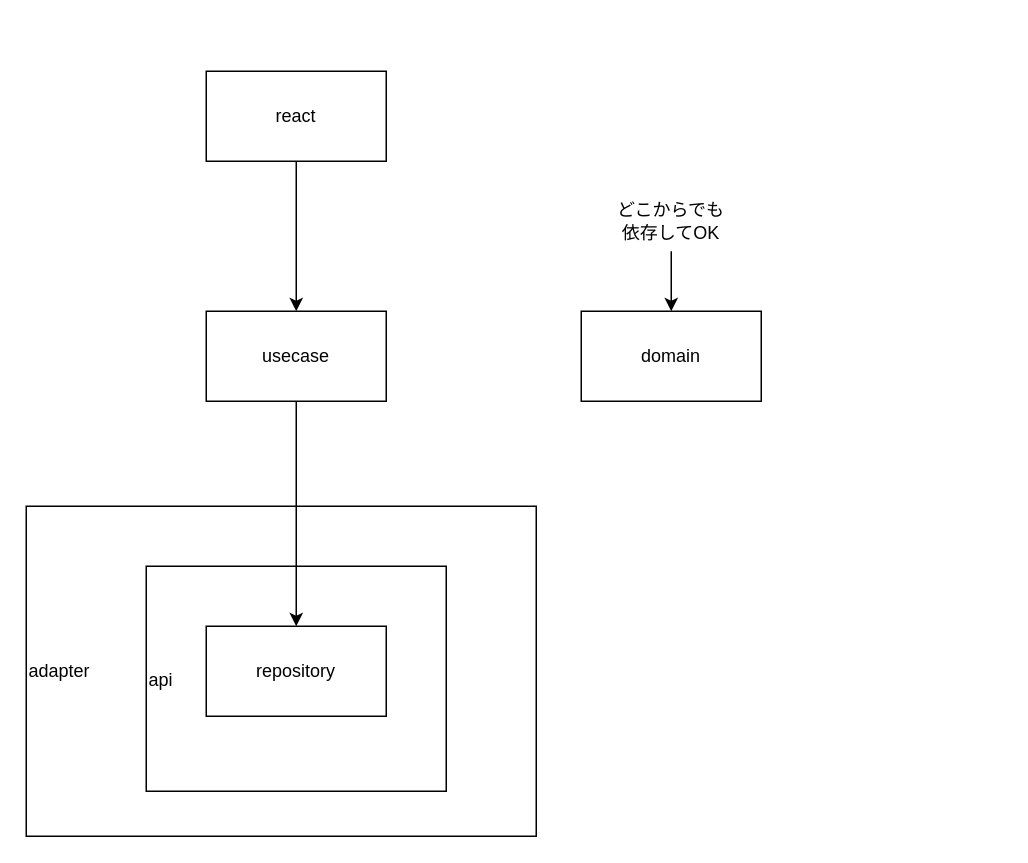
agoetc/dependency-limit-by-pnpm-monorepo keeps this draw.io diagram as アーキテクト図.drawio. Above is the earlier version. Source tidied: cells renumbered, new cells numbered last; positions are measured from the earlier drawing's top-left corner, leaving out a move shared by most shapes. Both pictures are drawn from the tidied source at 150%, with x=0, y=0 at pixel (26, 70).
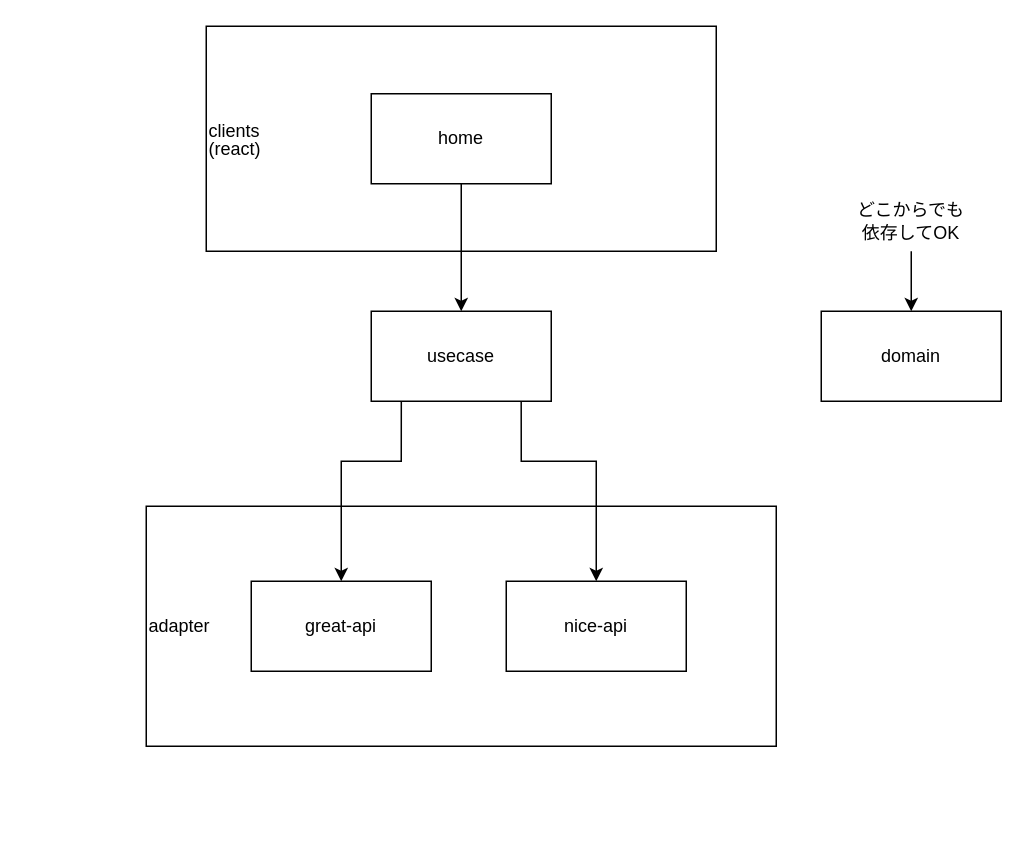
Above is the later version.

The edit, as a diff of the source:
```diff
@@
 <mxGraphModel>
   <root>
     <mxCell id="0" />
     <mxCell id="1" parent="0" />
+    <mxCell id="12" value="&lt;p style=&quot;line-height: 100%&quot;&gt;clients&lt;br&gt;(react)&lt;/p&gt;" style="rounded=0;whiteSpace=wrap;html=1;align=left;" parent="1" vertex="1">
+      <mxGeometry x="120" y="-30" width="340" height="150" as="geometry" />
+    </mxCell>
     <mxCell id="2" value="adapter" style="rounded=0;whiteSpace=wrap;html=1;align=left;" parent="1" vertex="1">
-      <mxGeometry y="290" width="340" height="220" as="geometry" />
+      <mxGeometry x="80" y="290" width="420" height="160" as="geometry" />
     </mxCell>
-    <mxCell id="3" value="&lt;p style=&quot;line-height: 100%;&quot;&gt;api&lt;/p&gt;" style="rounded=0;whiteSpace=wrap;html=1;align=left;" parent="1" vertex="1">
-      <mxGeometry x="80" y="330" width="200" height="150" as="geometry" />
-    </mxCell>
-    <mxCell id="4" value="repository" style="rounded=0;whiteSpace=wrap;html=1;" parent="1" vertex="1">
-      <mxGeometry x="120" y="370" width="120" height="60" as="geometry" />
-    </mxCell>
     <mxCell id="5" style="edgeStyle=orthogonalEdgeStyle;rounded=0;jettySize=auto;html=1;entryX=0.5;entryY=0;entryDx=0;entryDy=0;" parent="1" edge="1" source="6" target="9">
       <mxGeometry relative="1" as="geometry" />
     </mxCell>
-    <mxCell id="6" value="react" style="rounded=0;whiteSpace=wrap;html=1;" parent="1" vertex="1">
-      <mxGeometry x="120" width="120" height="60" as="geometry" />
+    <mxCell id="6" value="home" style="rounded=0;whiteSpace=wrap;html=1;" parent="1" vertex="1">
+      <mxGeometry x="230" y="15" width="120" height="60" as="geometry" />
     </mxCell>
     <mxCell id="7" value="domain" style="rounded=0;whiteSpace=wrap;html=1;" parent="1" vertex="1">
-      <mxGeometry x="370" y="160" width="120" height="60" as="geometry" />
+      <mxGeometry x="530" y="160" width="120" height="60" as="geometry" />
     </mxCell>
-    <mxCell id="8" style="edgeStyle=orthogonalEdgeStyle;rounded=0;jettySize=auto;html=1;" parent="1" edge="1" source="9" target="4">
-      <mxGeometry relative="1" as="geometry" />
-    </mxCell>
+    <mxCell id="13" style="edgeStyle=none;html=1;rounded=0;exitX=0.833;exitY=0.992;exitDx=0;exitDy=0;exitPerimeter=0;" parent="1" edge="1" source="9" target="16">
+      <mxGeometry relative="1" as="geometry">
+        <Array as="points">
+          <mxPoint x="330" y="260" />
+          <mxPoint x="380" y="260" />
+        </Array>
+      </mxGeometry>
+    </mxCell>
+    <mxCell id="14" style="edgeStyle=none;rounded=0;html=1;entryX=0.5;entryY=0;entryDx=0;entryDy=0;exitX=0.167;exitY=1;exitDx=0;exitDy=0;exitPerimeter=0;" parent="1" edge="1" source="9" target="15">
+      <mxGeometry relative="1" as="geometry">
+        <Array as="points">
+          <mxPoint x="250" y="260" />
+          <mxPoint x="210" y="260" />
+        </Array>
+      </mxGeometry>
+    </mxCell>
     <mxCell id="9" value="usecase" style="rounded=0;whiteSpace=wrap;html=1;" parent="1" vertex="1">
-      <mxGeometry x="120" y="160" width="120" height="60" as="geometry" />
+      <mxGeometry x="230" y="160" width="120" height="60" as="geometry" />
     </mxCell>
     <mxCell id="10" style="edgeStyle=orthogonalEdgeStyle;rounded=0;jettySize=auto;html=1;entryX=0.5;entryY=0;entryDx=0;entryDy=0;" parent="1" edge="1" source="11" target="7">
       <mxGeometry relative="1" as="geometry" />
     </mxCell>
     <mxCell id="11" value="どこからでも依存してOK" style="text;html=1;strokeColor=none;fillColor=none;align=center;verticalAlign=middle;whiteSpace=wrap;rounded=0;" parent="1" vertex="1">
-      <mxGeometry x="390" y="80" width="80" height="40" as="geometry" />
+      <mxGeometry x="550" y="80" width="80" height="40" as="geometry" />
     </mxCell>
+    <mxCell id="15" value="great-api" style="rounded=0;whiteSpace=wrap;html=1;" parent="1" vertex="1">
+      <mxGeometry x="150" y="340" width="120" height="60" as="geometry" />
+    </mxCell>
+    <mxCell id="16" value="&lt;span style=&quot;text-align: left&quot;&gt;nice-api&lt;/span&gt;" style="rounded=0;whiteSpace=wrap;html=1;" parent="1" vertex="1">
+      <mxGeometry x="320" y="340" width="120" height="60" as="geometry" />
+    </mxCell>
   </root>
 </mxGraphModel>
```
